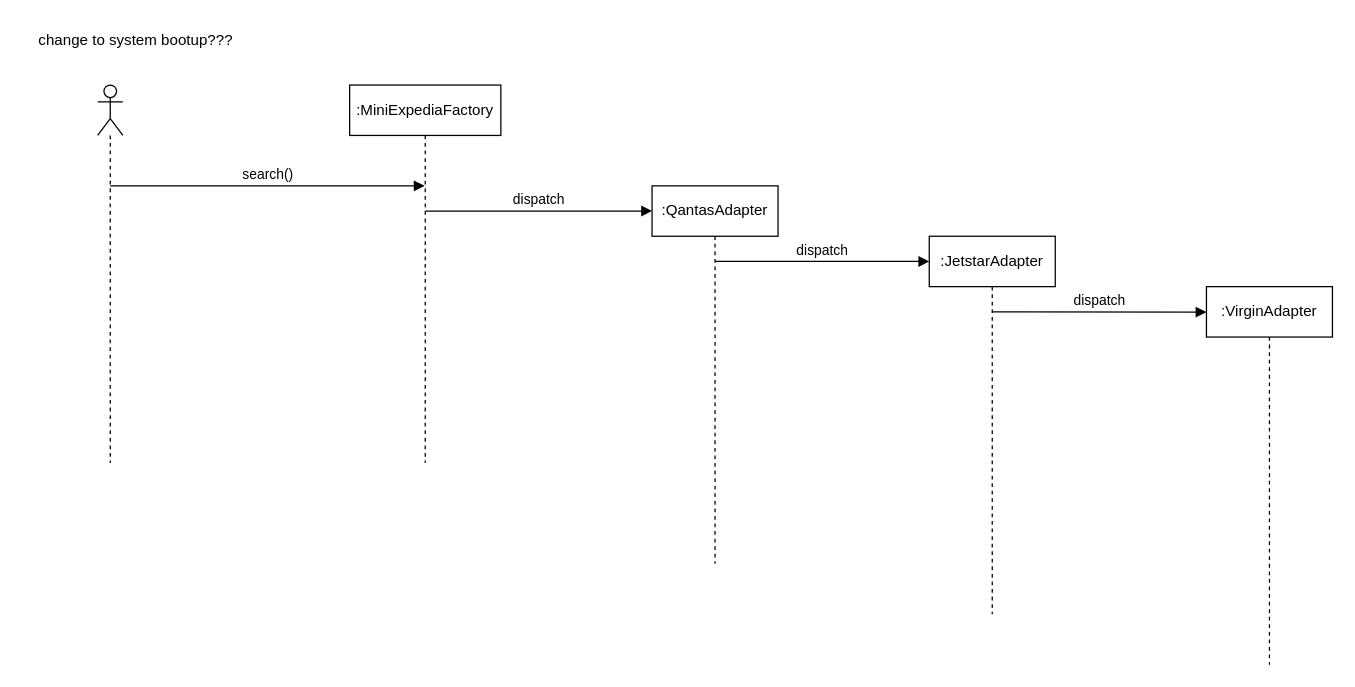
Earlier version of the draw.io diagram page "Page-2" (2 of 2) of workshop8-week9.drawio (antonykimuom/SWEN30006-2025-SM1-workshop1-tuew05-14-00-team-12). Source tidied: cells renumbered, new cells numbered last; positions are measured from the earlier drawing's top-left corner, leaving out a move shared by most shapes. Both pictures are drawn from the tidied source at 126%, with x=0, y=0 at pixel (21, 21).
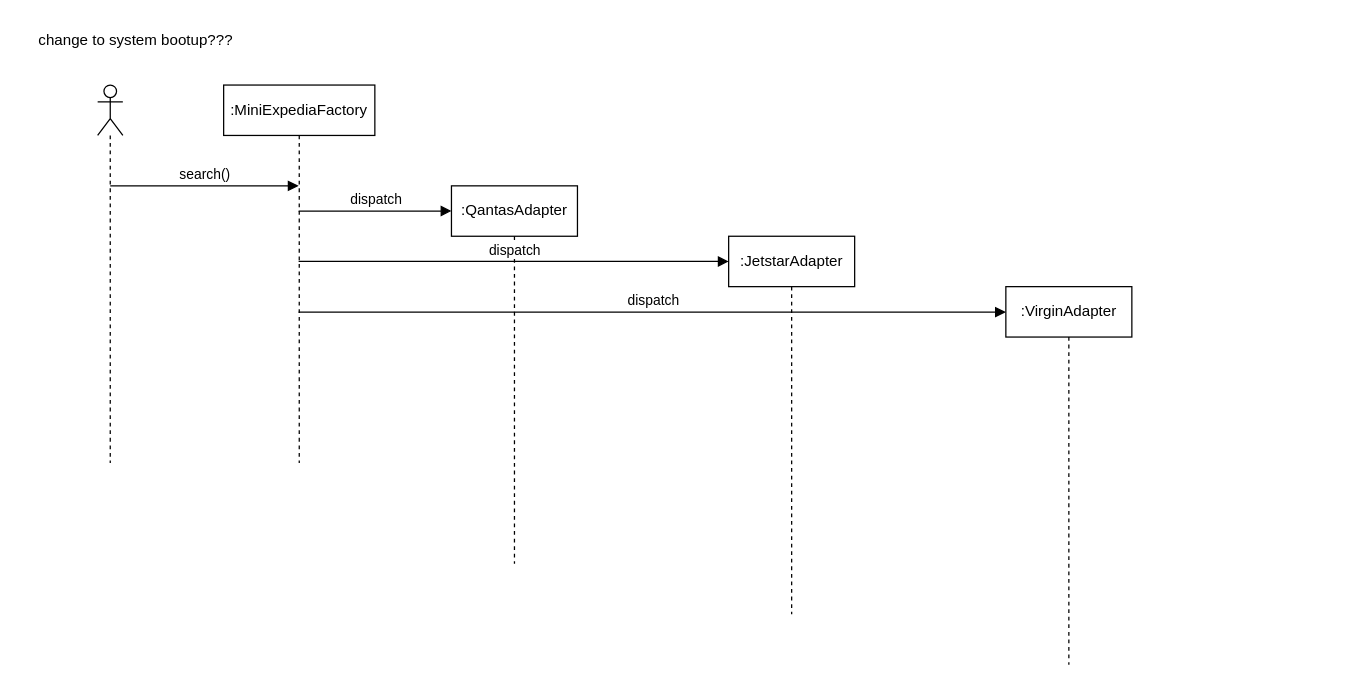
The same page after the edit.

Commit message:
adjusted arrows

The edit, as a diff of the source:
```diff
@@
 <mxGraphModel>
   <root>
     <mxCell id="0" />
     <mxCell id="1" parent="0" />
     <mxCell id="2" value=":MiniExpediaFactory" style="shape=umlLifeline;perimeter=lifelinePerimeter;whiteSpace=wrap;html=1;outlineConnect=0;portConstraint=eastwest;newEdgeStyle={&quot;curved&quot;:0,&quot;rounded&quot;:0};" parent="1" vertex="1">
-      <mxGeometry x="260" y="50" width="120" height="300" as="geometry" />
+      <mxGeometry x="160" y="50" width="120" height="300" as="geometry" />
     </mxCell>
     <mxCell id="3" style="shape=umlLifeline;perimeter=lifelinePerimeter;whiteSpace=wrap;html=1;newEdgeStyle={&quot;curved&quot;:0,&quot;rounded&quot;:0};participant=umlActor;" parent="1" vertex="1">
       <mxGeometry x="60" y="50" width="20" height="300" as="geometry" />
     </mxCell>
     <mxCell id="4" value="change to system bootup???" style="text;html=1;align=center;verticalAlign=middle;strokeColor=none;fillColor=none;" parent="1" vertex="1">
       <mxGeometry width="180" height="30" as="geometry" />
     </mxCell>
     <mxCell id="5" value="search()" style="html=1;verticalAlign=bottom;endArrow=block;curved=0;rounded=0;" parent="1" edge="1" target="2">
       <mxGeometry relative="1" as="geometry">
         <mxPoint x="70" y="130" as="sourcePoint" />
       </mxGeometry>
     </mxCell>
     <mxCell id="6" value=":QantasAdapter" style="shape=umlLifeline;perimeter=lifelinePerimeter;whiteSpace=wrap;html=1;newEdgeStyle={&quot;curved&quot;:0,&quot;rounded&quot;:0};" parent="1" vertex="1">
-      <mxGeometry x="500" y="130" width="100" height="300" as="geometry" />
+      <mxGeometry x="340.8" y="130" width="100" height="300" as="geometry" />
     </mxCell>
     <mxCell id="7" value=":VirginAdapter" style="shape=umlLifeline;perimeter=lifelinePerimeter;whiteSpace=wrap;html=1;newEdgeStyle={&quot;curved&quot;:0,&quot;rounded&quot;:0};" parent="1" vertex="1">
-      <mxGeometry x="940" y="210" width="100" height="300" as="geometry" />
+      <mxGeometry x="780.8" y="210" width="100" height="300" as="geometry" />
     </mxCell>
     <mxCell id="8" value=":JetstarAdapter" style="shape=umlLifeline;perimeter=lifelinePerimeter;whiteSpace=wrap;html=1;newEdgeStyle={&quot;curved&quot;:0,&quot;rounded&quot;:0};" parent="1" vertex="1">
-      <mxGeometry x="720" y="170" width="100" height="300" as="geometry" />
+      <mxGeometry x="560.8" y="170" width="100" height="300" as="geometry" />
     </mxCell>
-    <mxCell id="9" value="dispatch" style="html=1;verticalAlign=bottom;endArrow=block;curved=0;rounded=0;" parent="1" edge="1">
+    <mxCell id="9" value="dispatch" style="html=1;verticalAlign=bottom;endArrow=block;curved=0;rounded=0;" parent="1" edge="1" source="2">
       <mxGeometry relative="1" as="geometry">
-        <mxPoint x="320.1" y="150" as="sourcePoint" />
-        <mxPoint x="500" y="150" as="targetPoint" />
+        <mxPoint x="340.8" y="150" as="targetPoint" />
       </mxGeometry>
     </mxCell>
-    <mxCell id="10" value="dispatch" style="html=1;verticalAlign=bottom;endArrow=block;curved=0;rounded=0;" parent="1" edge="1">
+    <mxCell id="10" value="dispatch" style="html=1;verticalAlign=bottom;endArrow=block;curved=0;rounded=0;" parent="1" edge="1" source="2">
       <mxGeometry relative="1" as="geometry">
-        <mxPoint x="550.1" y="190" as="sourcePoint" />
-        <mxPoint x="720" y="190" as="targetPoint" />
+        <mxPoint x="560.8" y="190" as="targetPoint" />
       </mxGeometry>
     </mxCell>
-    <mxCell id="11" value="dispatch" style="html=1;verticalAlign=bottom;endArrow=block;curved=0;rounded=0;" parent="1" edge="1">
+    <mxCell id="11" value="dispatch" style="html=1;verticalAlign=bottom;endArrow=block;curved=0;rounded=0;" parent="1" edge="1" source="2">
       <mxGeometry relative="1" as="geometry">
-        <mxPoint x="770" y="230" as="sourcePoint" />
-        <mxPoint x="940" y="230.2" as="targetPoint" />
+        <mxPoint x="780.8" y="230.2" as="targetPoint" />
       </mxGeometry>
     </mxCell>
   </root>
 </mxGraphModel>
```
